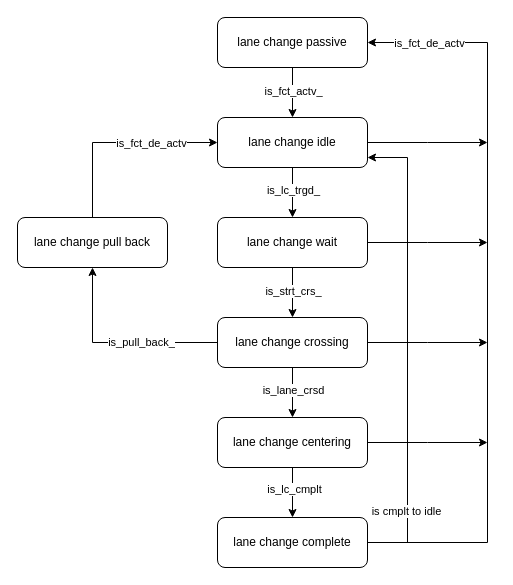
Before: state machine.drawio in YuzhouYe/peb, a draw.io diagram. Source tidied: cells renumbered, new cells numbered last; positions are measured from the earlier drawing's top-left corner, leaving out a move shared by most shapes. Both pictures are drawn from the tidied source at 100%, with x=0, y=0 at pixel (17, 17).
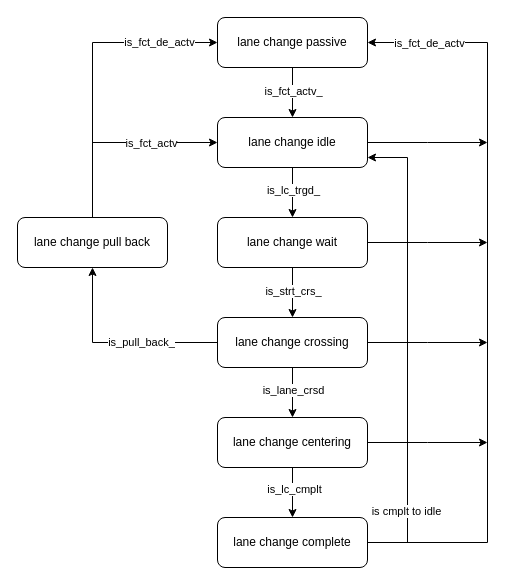
The same diagram, later.

The change refers to these unchanged cells:
```xml
<mxCell id="4" value="lane change passive" style="rounded=1;whiteSpace=wrap;html=1;" parent="1" vertex="1">
  <mxGeometry x="200" width="150" height="50" as="geometry" />
</mxCell>
<mxCell id="28" style="edgeStyle=orthogonalEdgeStyle;rounded=0;jettySize=auto;html=1;exitX=0.5;exitY=0;exitDx=0;exitDy=0;entryX=0;entryY=0.5;entryDx=0;entryDy=0;" parent="1" edge="1" source="30" target="8">
  <mxGeometry relative="1" as="geometry" />
</mxCell>
<mxCell id="30" value="lane change pull back" style="rounded=1;whiteSpace=wrap;html=1;" parent="1" vertex="1">
  <mxGeometry y="200" width="150" height="50" as="geometry" />
</mxCell>
```

What changed in the source:
```diff
@@
-    <mxCell id="29" value="is_fct_de_actv" style="edgeLabel;html=1;align=center;verticalAlign=middle;" parent="28" vertex="1">
+    <mxCell id="29" value="is_fct_actv" style="edgeLabel;html=1;align=center;verticalAlign=middle;" parent="28" vertex="1">
       <mxGeometry x="0.33" relative="1" as="geometry" />
     </mxCell>
+    <mxCell id="31" style="edgeStyle=orthogonalEdgeStyle;rounded=0;jettySize=auto;html=1;exitX=0.5;exitY=0;exitDx=0;exitDy=0;entryX=0;entryY=0.5;entryDx=0;entryDy=0;" parent="1" edge="1" source="30" target="4">
+      <mxGeometry relative="1" as="geometry" />
+    </mxCell>
+    <mxCell id="32" value="is_fct_de_actv" style="edgeLabel;html=1;align=center;verticalAlign=middle;" parent="31" vertex="1">
+      <mxGeometry x="0.61" y="1" relative="1" as="geometry" />
+    </mxCell>
```
